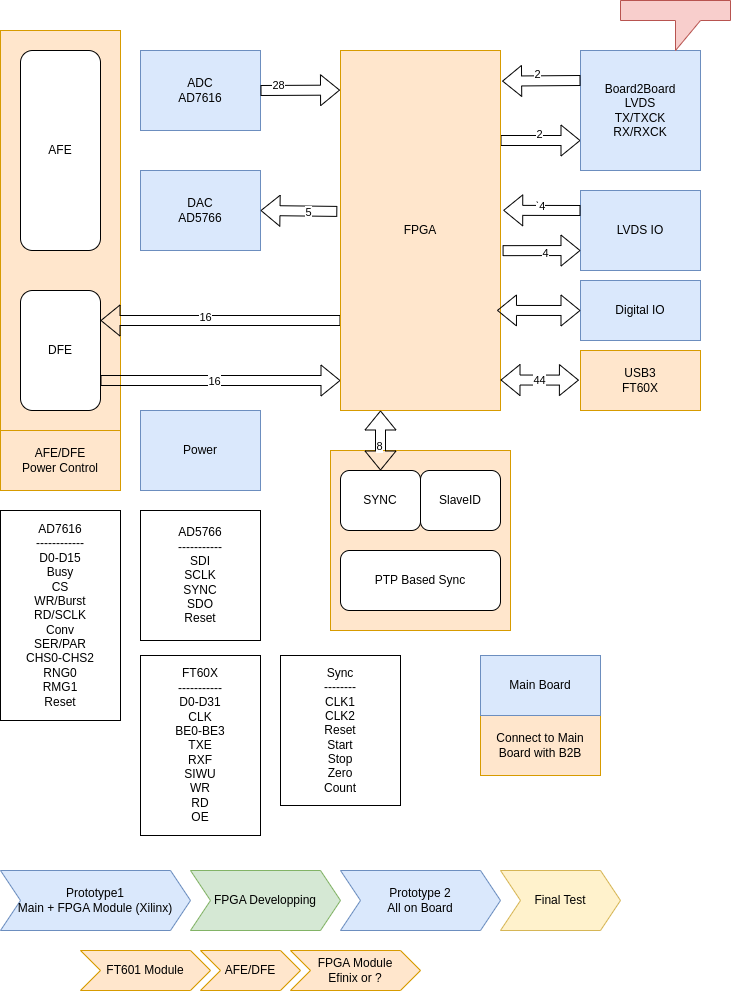
Above: docs/subtitles/Expander2/BlockDiag01.png in tzechienchu/mynotes (draw.io), before the change. Source tidied: cells renumbered, new cells last; positions are measured from the earlier drawing's top-left corner, leaving out a move shared by most shapes.
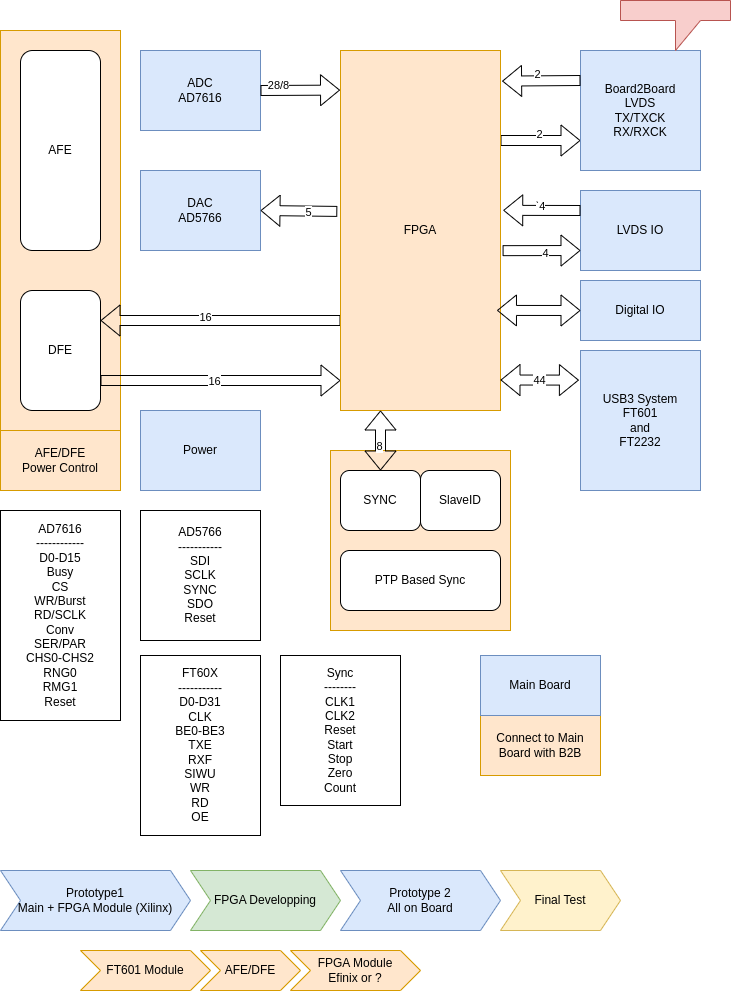
After the change.

Diff of the diagram source:
```diff
@@ -64,7 +64,7 @@
     <mxCell id="21" style="edgeStyle=none;html=1;exitX=1;exitY=0.5;exitDx=0;exitDy=0;entryX=-0.003;entryY=0.11;entryDx=0;entryDy=0;entryPerimeter=0;shape=flexArrow;" parent="1" edge="1" source="4" target="15">
       <mxGeometry relative="1" as="geometry" />
     </mxCell>
-    <mxCell id="22" value="28" style="edgeLabel;html=1;align=center;verticalAlign=middle;" parent="21" vertex="1">
+    <mxCell id="22" value="28/8" style="edgeLabel;html=1;align=center;verticalAlign=middle;" parent="21" vertex="1">
       <mxGeometry x="-0.54" y="5" relative="1" as="geometry" />
     </mxCell>
     <mxCell id="23" style="edgeStyle=none;html=1;exitX=0;exitY=0.5;exitDx=0;exitDy=0;entryX=1.01;entryY=0.833;entryDx=0;entryDy=0;entryPerimeter=0;shape=flexArrow;startArrow=block;" parent="1" edge="1">
@@ -148,8 +148,8 @@
     <mxCell id="48" value="Final Test" style="shape=step;perimeter=stepPerimeter;whiteSpace=wrap;html=1;fixedSize=1;fillColor=#fff2cc;strokeColor=#d6b656;" parent="1" vertex="1">
       <mxGeometry x="500" y="870" width="120" height="60" as="geometry" />
     </mxCell>
-    <mxCell id="49" value="USB3&lt;div&gt;FT60X&lt;/div&gt;" style="rounded=0;whiteSpace=wrap;html=1;fillColor=#ffe6cc;strokeColor=#d79b00;" parent="1" vertex="1">
-      <mxGeometry x="580" y="350" width="120" height="60" as="geometry" />
+    <mxCell id="49" value="USB3 System&lt;div&gt;FT601&lt;/div&gt;&lt;div&gt;and&lt;/div&gt;&lt;div&gt;FT2232&lt;/div&gt;" style="rounded=0;whiteSpace=wrap;html=1;fillColor=#dae8fc;strokeColor=#6c8ebf;" parent="1" vertex="1">
+      <mxGeometry x="580" y="350" width="120" height="140" as="geometry" />
     </mxCell>
     <mxCell id="50" value="Digital IO" style="rounded=0;whiteSpace=wrap;html=1;fillColor=#dae8fc;strokeColor=#6c8ebf;" parent="1" vertex="1">
       <mxGeometry x="580" y="280" width="120" height="60" as="geometry" />
```
